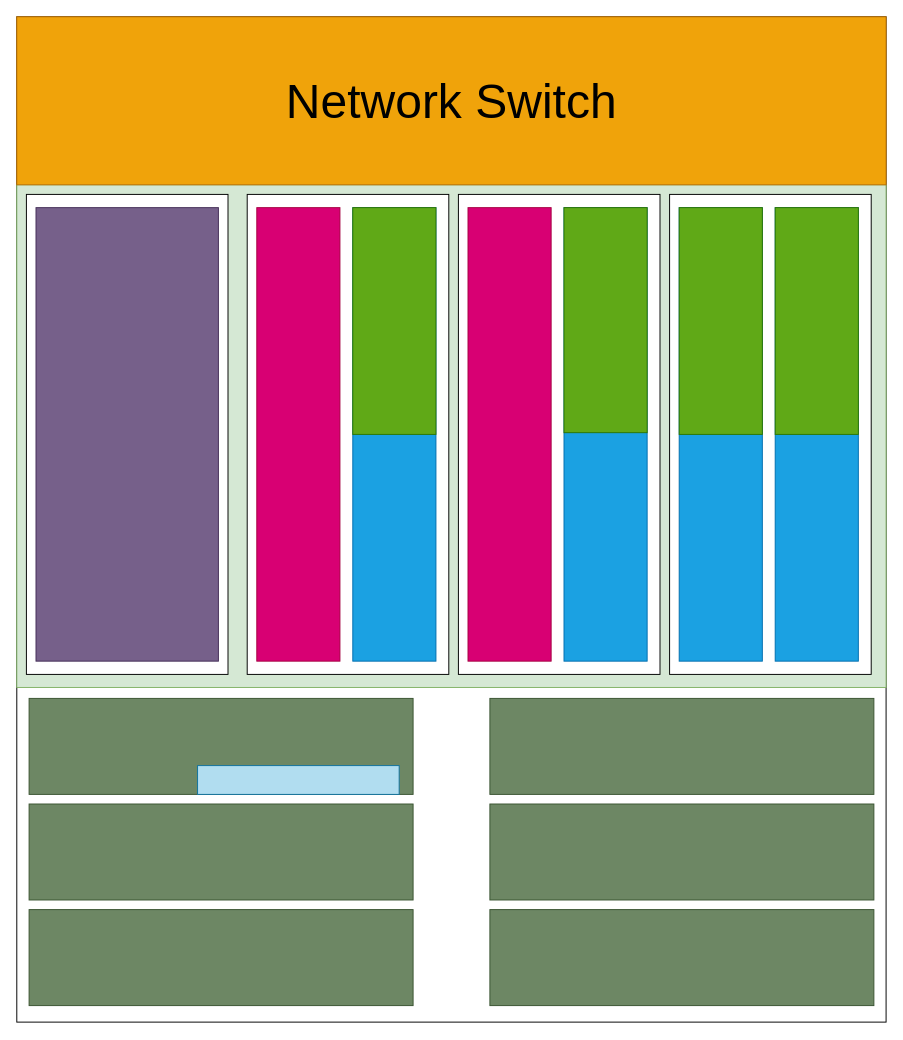
This is racklet-rack-sketch.drawio from orangecms/racklet-rack-sketch, a draw.io file, before an edit. Source tidied: cells renumbered, new cells numbered last; positions are measured from the earlier drawing's top-left corner, leaving out a move shared by most shapes. Both pictures are drawn from the tidied source at 96%, with x=0, y=0 at pixel (16, 16).
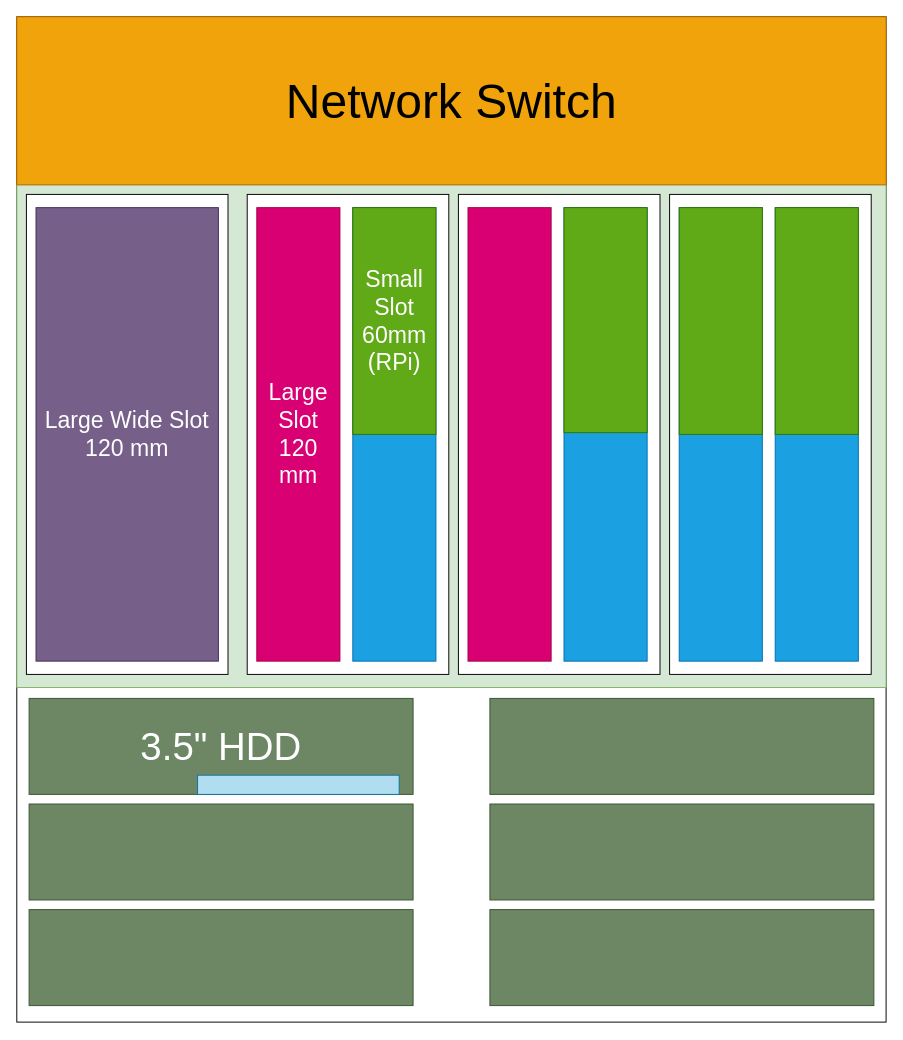
After the change.

Commit message:
Add labels to objects

Change to the diagram source:
```diff
@@
-    <mxCell id="5" style="rounded=0;whiteSpace=wrap;html=1;fillColor=#76608a;strokeColor=#432D57;fontColor=#ffffff;" parent="1" vertex="1">
+    <mxCell id="5" value="Large Wide Slot 120 mm" style="rounded=0;whiteSpace=wrap;html=1;fillColor=#76608a;strokeColor=#432D57;fontColor=#ffffff;fontSize=24;" parent="1" vertex="1">
       <mxGeometry x="20" y="198.8" width="190" height="472.4" as="geometry" />
     </mxCell>
@@
-    <mxCell id="7" style="rounded=0;whiteSpace=wrap;html=1;fillColor=#d80073;strokeColor=#A50040;fontColor=#ffffff;" parent="1" vertex="1">
+    <mxCell id="7" value="Large Slot 120 mm" style="rounded=0;whiteSpace=wrap;html=1;fillColor=#d80073;strokeColor=#A50040;fontColor=#ffffff;fontSize=24;" parent="1" vertex="1">
       <mxGeometry x="250" y="198.8" width="86.6" height="472.4" as="geometry" />
     </mxCell>
@@
-    <mxCell id="9" style="rounded=0;whiteSpace=wrap;html=1;fillColor=#60a917;strokeColor=#2D7600;fontColor=#ffffff;" parent="1" vertex="1">
+    <mxCell id="9" value="Small Slot 60mm (RPi)" style="rounded=0;whiteSpace=wrap;html=1;fillColor=#60a917;strokeColor=#2D7600;fontColor=#ffffff;fontSize=24;" parent="1" vertex="1">
       <mxGeometry x="350" y="198.8" width="86.6" height="236.2" as="geometry" />
     </mxCell>
@@
-    <mxCell id="20" style="rounded=0;whiteSpace=wrap;html=1;fillColor=#6d8764;strokeColor=#3A5431;fontColor=#ffffff;rotation=0;" parent="1" vertex="1">
+    <mxCell id="20" value="&lt;font style=&quot;font-size: 40px;&quot;&gt;3.5&quot; HDD&lt;/font&gt;" style="rounded=0;whiteSpace=wrap;html=1;fillColor=#6d8764;strokeColor=#3A5431;fontColor=#ffffff;rotation=0;" parent="1" vertex="1">
       <mxGeometry x="12.8" y="710" width="400" height="100" as="geometry" />
     </mxCell>
@@
     <mxCell id="26" style="rounded=0;whiteSpace=wrap;html=1;fontSize=50;fillColor=#b1ddf0;strokeColor=#10739e;" parent="1" vertex="1">
-      <mxGeometry x="188.3" y="780" width="210" height="30" as="geometry" />
+      <mxGeometry x="188.3" y="790" width="210" height="20" as="geometry" />
     </mxCell>
```
